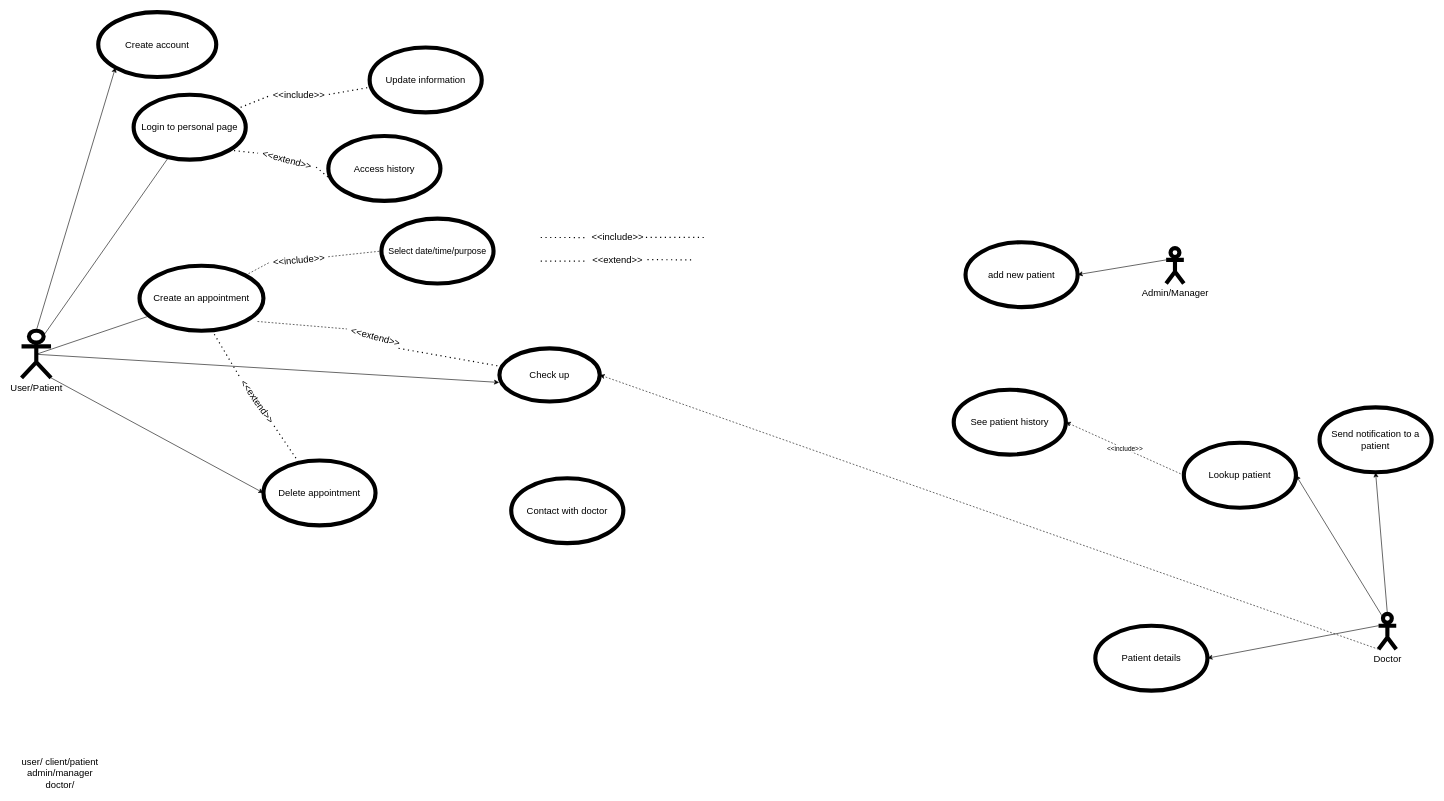
Sadko-o/DenSys keeps this draw.io diagram as diagrams/useCases/patient.drawio. Above is the earlier version. Source tidied: cells renumbered, new cells numbered last; positions are measured from the earlier drawing's top-left corner, leaving out a move shared by most shapes. Both pictures are drawn from the tidied source at 59%, with x=0, y=0 at pixel (15, 12).
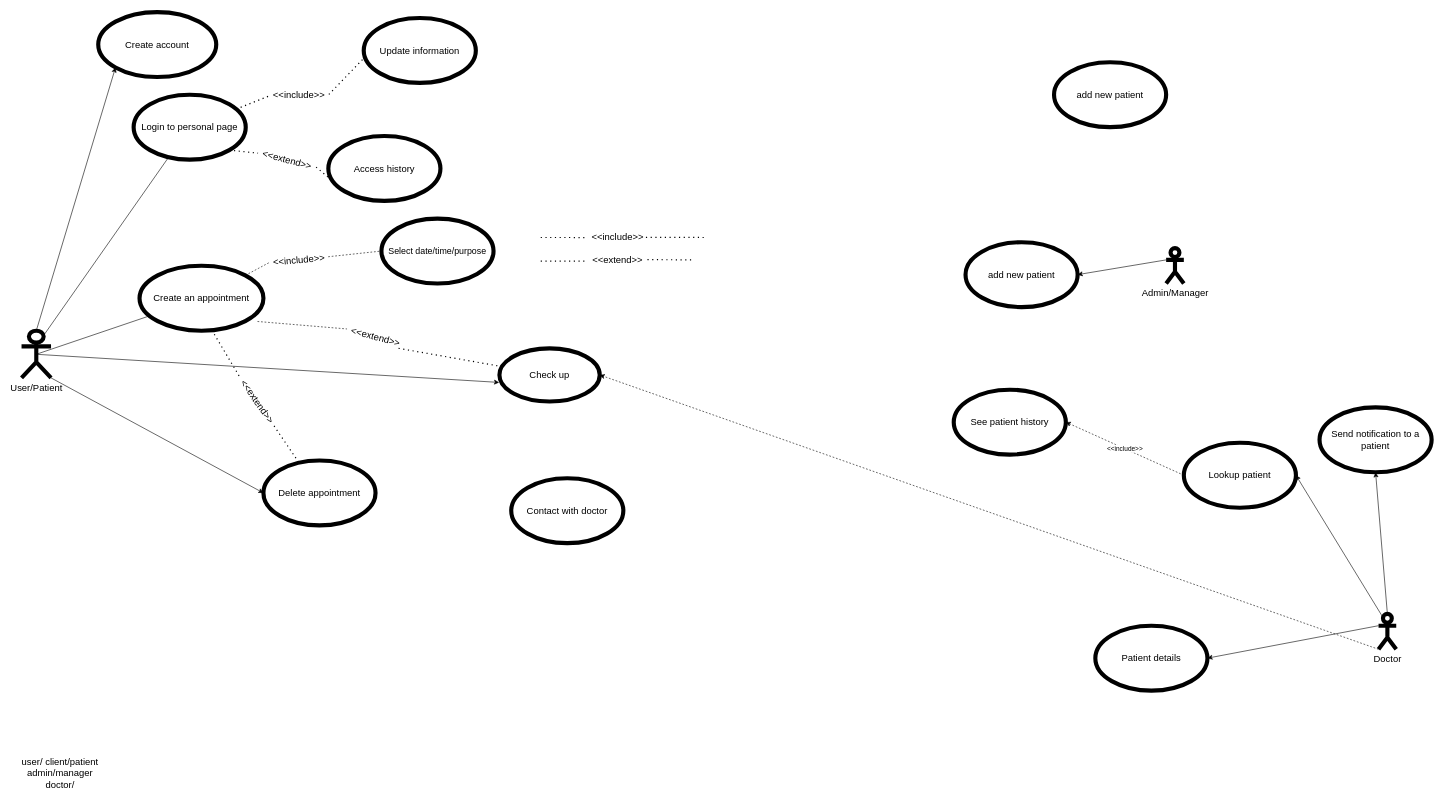
The same page after the edit.

The edit, as a diff of the source:
```diff
@@
     <mxCell id="17" value="&lt;font style=&quot;font-size: 16px&quot;&gt;Update information&lt;/font&gt;" style="ellipse;whiteSpace=wrap;html=1;fontSize=15;strokeWidth=7;" parent="1" vertex="1">
-      <mxGeometry x="600" y="60" width="190" height="110" as="geometry" />
+      <mxGeometry x="590" y="10" width="190" height="110" as="geometry" />
     </mxCell>
@@
+    <mxCell id="52" value="&lt;span style=&quot;font-size: 16px&quot;&gt;add new patient&lt;br&gt;&lt;/span&gt;" style="ellipse;whiteSpace=wrap;html=1;fontSize=15;strokeWidth=7;" parent="1" vertex="1">
+      <mxGeometry x="1760" y="85" width="190" height="110" as="geometry" />
+    </mxCell>
```
